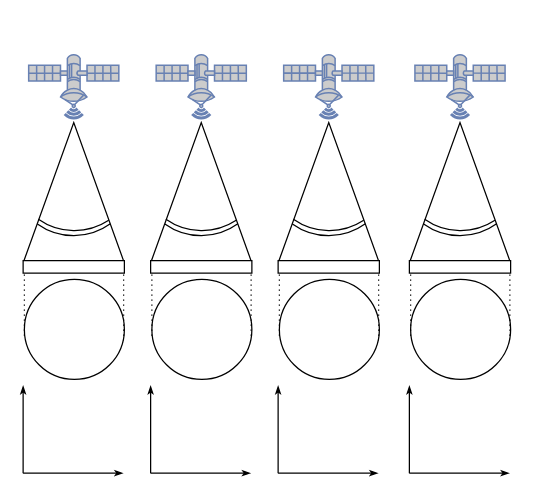
Before: 7.4.drawio in skgiter/drawIO, a draw.io diagram. Source tidied: cells renumbered, new cells numbered last; positions are measured from the earlier drawing's top-left corner, leaving out a move shared by most shapes. Both pictures are drawn from the tidied source at 125%, with x=0, y=0 at pixel (4, 35).
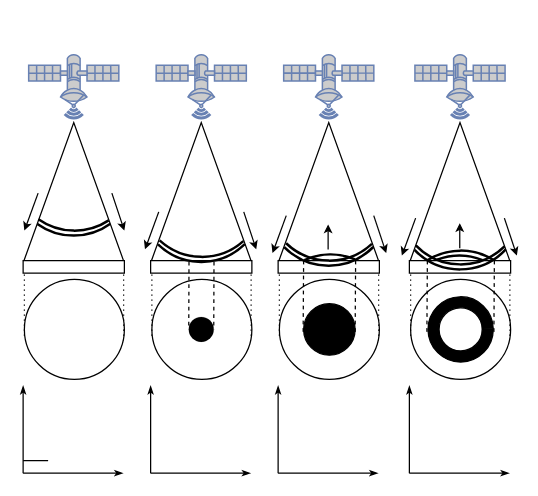
The same page after the edit.

What changed in the source:
```diff
@@
-    <mxCell id="10" style="group;" parent="1" vertex="1">
+    <mxCell id="10" style="group;strokeWidth=2;" parent="1" vertex="1">
       <mxGeometry x="5.5" y="56" width="100.5" height="104" as="geometry" />
     </mxCell>
-    <mxCell id="11" style="verticalLabelPosition=bottom;verticalAlign=top;html=1;shape=mxgraph.basic.arc;startAngle=0.40038097503927417;endAngle=0.5989014832789807;" parent="10" vertex="1">
+    <mxCell id="11" style="verticalLabelPosition=bottom;verticalAlign=top;html=1;shape=mxgraph.basic.arc;startAngle=0.40038097503927417;endAngle=0.5989014832789807;strokeWidth=2;" parent="10" vertex="1">
       <mxGeometry y="4" width="100" height="100" as="geometry" />
     </mxCell>
-    <mxCell id="12" style="verticalLabelPosition=bottom;verticalAlign=top;html=1;shape=mxgraph.basic.arc;startAngle=0.40738692403756394;endAngle=0.5975949807136545;" parent="10" vertex="1">
+    <mxCell id="12" style="verticalLabelPosition=bottom;verticalAlign=top;html=1;shape=mxgraph.basic.arc;startAngle=0.40738692403756394;endAngle=0.5975949807136545;strokeWidth=2;" parent="10" vertex="1">
       <mxGeometry x="0.5" width="100" height="100" as="geometry" />
     </mxCell>
+    <mxCell id="46" style="endArrow=classic;html=1;rounded=0;startSize=6;endSize=4;strokeWidth=1;jumpSize=4;" parent="10" edge="1">
+      <mxGeometry relative="1" as="geometry">
+        <mxPoint x="21.5" y="70" as="sourcePoint" />
+        <mxPoint x="10.5" y="100" as="targetPoint" />
+      </mxGeometry>
+    </mxCell>
+    <mxCell id="47" style="endArrow=classic;html=1;rounded=0;startSize=6;endSize=4;strokeWidth=1;jumpSize=4;" parent="10" edge="1">
+      <mxGeometry relative="1" as="geometry">
+        <mxPoint x="80.5" y="70" as="sourcePoint" />
+        <mxPoint x="90.5" y="100" as="targetPoint" />
+      </mxGeometry>
+    </mxCell>
@@
     <mxCell id="21" style="group;" parent="1" vertex="1">
-      <mxGeometry x="107.5" y="56" width="100.5" height="104" as="geometry" />
+      <mxGeometry x="107.5" y="77" width="100.5" height="104" as="geometry" />
     </mxCell>
-    <mxCell id="22" style="verticalLabelPosition=bottom;verticalAlign=top;html=1;shape=mxgraph.basic.arc;startAngle=0.40038097503927417;endAngle=0.5989014832789807;" parent="21" vertex="1">
+    <mxCell id="22" style="verticalLabelPosition=bottom;verticalAlign=top;html=1;shape=mxgraph.basic.arc;startAngle=0.3772734873935795;endAngle=0.6217523907558127;strokeWidth=2;" parent="21" vertex="1">
       <mxGeometry y="4" width="100" height="100" as="geometry" />
     </mxCell>
-    <mxCell id="23" style="verticalLabelPosition=bottom;verticalAlign=top;html=1;shape=mxgraph.basic.arc;startAngle=0.40738692403756394;endAngle=0.5975949807136545;" parent="21" vertex="1">
+    <mxCell id="23" style="verticalLabelPosition=bottom;verticalAlign=top;html=1;shape=mxgraph.basic.arc;startAngle=0.3844905227549204;endAngle=0.6182791410648434;strokeWidth=2;" parent="21" vertex="1">
       <mxGeometry x="0.5" width="100" height="100" as="geometry" />
     </mxCell>
+    <mxCell id="48" style="endArrow=classic;html=1;rounded=0;startSize=6;endSize=4;strokeWidth=1;jumpSize=4;" parent="21" edge="1">
+      <mxGeometry relative="1" as="geometry">
+        <mxPoint x="16" y="64" as="sourcePoint" />
+        <mxPoint x="5" y="94" as="targetPoint" />
+      </mxGeometry>
+    </mxCell>
+    <mxCell id="49" style="endArrow=classic;html=1;rounded=0;startSize=6;endSize=4;strokeWidth=1;jumpSize=4;" parent="21" edge="1">
+      <mxGeometry relative="1" as="geometry">
+        <mxPoint x="84" y="64" as="sourcePoint" />
+        <mxPoint x="94" y="94" as="targetPoint" />
+      </mxGeometry>
+    </mxCell>
@@
     <mxCell id="32" style="group;" parent="1" vertex="1">
-      <mxGeometry x="209.5" y="56" width="100.5" height="104" as="geometry" />
+      <mxGeometry x="209.5" y="80" width="100.5" height="194" as="geometry" />
     </mxCell>
-    <mxCell id="33" style="verticalLabelPosition=bottom;verticalAlign=top;html=1;shape=mxgraph.basic.arc;startAngle=0.40038097503927417;endAngle=0.5989014832789807;" parent="32" vertex="1">
+    <mxCell id="33" style="verticalLabelPosition=bottom;verticalAlign=top;html=1;shape=mxgraph.basic.arc;startAngle=0.37385502016277133;endAngle=0.6260826699869946;strokeWidth=2;" parent="32" vertex="1">
       <mxGeometry y="4" width="100" height="100" as="geometry" />
     </mxCell>
-    <mxCell id="34" style="verticalLabelPosition=bottom;verticalAlign=top;html=1;shape=mxgraph.basic.arc;startAngle=0.40738692403756394;endAngle=0.5975949807136545;" parent="32" vertex="1">
+    <mxCell id="34" style="verticalLabelPosition=bottom;verticalAlign=top;html=1;shape=mxgraph.basic.arc;startAngle=0.3808059976491963;endAngle=0.6216142354579686;strokeWidth=2;" parent="32" vertex="1">
       <mxGeometry x="0.5" width="100" height="100" as="geometry" />
     </mxCell>
+    <mxCell id="50" style="endArrow=classic;html=1;rounded=0;startSize=6;endSize=4;strokeWidth=1;jumpSize=4;" parent="32" edge="1">
+      <mxGeometry relative="1" as="geometry">
+        <mxPoint x="16" y="64" as="sourcePoint" />
+        <mxPoint x="5" y="94" as="targetPoint" />
+      </mxGeometry>
+    </mxCell>
+    <mxCell id="51" style="endArrow=classic;html=1;rounded=0;startSize=6;endSize=4;strokeWidth=1;jumpSize=4;" parent="32" edge="1">
+      <mxGeometry relative="1" as="geometry">
+        <mxPoint x="86" y="64" as="sourcePoint" />
+        <mxPoint x="96" y="94" as="targetPoint" />
+      </mxGeometry>
+    </mxCell>
+    <mxCell id="52" style="group;rotation=-180;" parent="32" vertex="1">
+      <mxGeometry x="0.5" y="74" width="100.5" height="104" as="geometry" />
+    </mxCell>
+    <mxCell id="53" style="verticalLabelPosition=bottom;verticalAlign=top;html=1;shape=mxgraph.basic.arc;startAngle=0.4310716750262913;endAngle=0.5640313914346473;strokeWidth=2;rotation=-180;" parent="52" vertex="1">
+      <mxGeometry x="1" y="21" width="100" height="100" as="geometry" />
+    </mxCell>
@@
     <mxCell id="43" style="group;" parent="1" vertex="1">
-      <mxGeometry x="314.5" y="56" width="100.5" height="104" as="geometry" />
+      <mxGeometry x="314.5" y="83" width="100.5" height="191" as="geometry" />
     </mxCell>
-    <mxCell id="44" style="verticalLabelPosition=bottom;verticalAlign=top;html=1;shape=mxgraph.basic.arc;startAngle=0.40038097503927417;endAngle=0.5989014832789807;" parent="43" vertex="1">
+    <mxCell id="44" style="verticalLabelPosition=bottom;verticalAlign=top;html=1;shape=mxgraph.basic.arc;startAngle=0.3691940023508037;endAngle=0.6294820525913366;strokeWidth=2;" parent="43" vertex="1">
       <mxGeometry y="4" width="100" height="100" as="geometry" />
     </mxCell>
-    <mxCell id="45" style="verticalLabelPosition=bottom;verticalAlign=top;html=1;shape=mxgraph.basic.arc;startAngle=0.40738692403756394;endAngle=0.5975949807136545;" parent="43" vertex="1">
+    <mxCell id="45" style="verticalLabelPosition=bottom;verticalAlign=top;html=1;shape=mxgraph.basic.arc;startAngle=0.3761616942819364;endAngle=0.6272734873935795;strokeWidth=2;" parent="43" vertex="1">
       <mxGeometry x="0.5" width="100" height="100" as="geometry" />
     </mxCell>
+    <mxCell id="54" style="endArrow=classic;html=1;rounded=0;startSize=6;endSize=4;strokeWidth=1;jumpSize=4;" parent="43" edge="1">
+      <mxGeometry relative="1" as="geometry">
+        <mxPoint x="49.8" y="87" as="sourcePoint" />
+        <mxPoint x="49.8" y="67" as="targetPoint" />
+      </mxGeometry>
+    </mxCell>
+    <mxCell id="55" style="group;rotation=-180;" parent="43" vertex="1">
+      <mxGeometry x="-0.5" y="89" width="100.5" height="104" as="geometry" />
+    </mxCell>
+    <mxCell id="56" style="verticalLabelPosition=bottom;verticalAlign=top;html=1;shape=mxgraph.basic.arc;startAngle=0.41190240690250607;endAngle=0.5873800648820979;strokeWidth=2;rotation=-180;" parent="55" vertex="1">
+      <mxGeometry x="1" width="100" height="100" as="geometry" />
+    </mxCell>
+    <mxCell id="57" style="verticalLabelPosition=bottom;verticalAlign=top;html=1;shape=mxgraph.basic.arc;startAngle=0.4420027308873405;endAngle=0.560264192946658;strokeWidth=2;rotation=-180;" parent="55" vertex="1">
+      <mxGeometry y="4" width="100" height="100" as="geometry" />
+    </mxCell>
+    <mxCell id="58" style="endArrow=none;dashed=1;html=1;rounded=0;startSize=6;endSize=4;strokeWidth=1;jumpSize=4;exitX=0.402;exitY=0.999;exitDx=0;exitDy=0;exitPerimeter=0;entryX=0;entryY=0.5;entryDx=0;entryDy=0;" parent="1" edge="1" source="22" target="60">
+      <mxGeometry relative="1" as="geometry" />
+    </mxCell>
+    <mxCell id="59" style="endArrow=none;dashed=1;html=1;rounded=0;startSize=6;endSize=4;strokeWidth=1;jumpSize=4;exitX=0.402;exitY=0.999;exitDx=0;exitDy=0;exitPerimeter=0;entryX=1;entryY=0.5;entryDx=0;entryDy=0;" parent="1" edge="1" target="60">
+      <mxGeometry relative="1" as="geometry">
+        <mxPoint x="167.7" y="180.9" as="sourcePoint" />
+      </mxGeometry>
+    </mxCell>
+    <mxCell id="60" style="ellipse;whiteSpace=wrap;html=1;rounded=0;shadow=0;glass=0;sketch=0;strokeWidth=0;fillColor=#000000;" parent="1" vertex="1">
+      <mxGeometry x="147.5" y="225" width="20" height="20" as="geometry" />
+    </mxCell>
+    <mxCell id="61" style="ellipse;whiteSpace=wrap;html=1;rounded=0;shadow=0;glass=0;sketch=0;strokeWidth=1;fillColor=#000000;" parent="1" vertex="1">
+      <mxGeometry x="239.4" y="214.4" width="41.2" height="41.2" as="geometry" />
+    </mxCell>
+    <mxCell id="62" style="endArrow=none;dashed=1;html=1;rounded=0;startSize=6;endSize=4;strokeWidth=1;jumpSize=4;exitX=0.402;exitY=0.999;exitDx=0;exitDy=0;exitPerimeter=0;" parent="1" edge="1">
+      <mxGeometry relative="1" as="geometry">
+        <mxPoint x="239.4" y="180" as="sourcePoint" />
+        <mxPoint x="239" y="240" as="targetPoint" />
+      </mxGeometry>
+    </mxCell>
+    <mxCell id="63" style="endArrow=none;dashed=1;html=1;rounded=0;startSize=6;endSize=4;strokeWidth=1;jumpSize=4;exitX=0.402;exitY=0.999;exitDx=0;exitDy=0;exitPerimeter=0;" parent="1" edge="1">
+      <mxGeometry relative="1" as="geometry">
+        <mxPoint x="281" y="180" as="sourcePoint" />
+        <mxPoint x="280.6" y="240" as="targetPoint" />
+      </mxGeometry>
+    </mxCell>
+    <mxCell id="64" style="endArrow=none;dashed=1;html=1;rounded=0;startSize=6;endSize=4;strokeWidth=1;jumpSize=4;exitX=0.402;exitY=0.999;exitDx=0;exitDy=0;exitPerimeter=0;" parent="1" edge="1">
+      <mxGeometry relative="1" as="geometry">
+        <mxPoint x="338.4" y="180" as="sourcePoint" />
+        <mxPoint x="338" y="240" as="targetPoint" />
+      </mxGeometry>
+    </mxCell>
+    <mxCell id="65" style="endArrow=none;dashed=1;html=1;rounded=0;startSize=6;endSize=4;strokeWidth=1;jumpSize=4;exitX=0.402;exitY=0.999;exitDx=0;exitDy=0;exitPerimeter=0;" parent="1" edge="1">
+      <mxGeometry relative="1" as="geometry">
+        <mxPoint x="392" y="180" as="sourcePoint" />
+        <mxPoint x="391.6" y="240" as="targetPoint" />
+      </mxGeometry>
+    </mxCell>
+    <mxCell id="66" style="verticalLabelPosition=bottom;verticalAlign=top;html=1;shape=mxgraph.basic.partConcEllipse;startAngle=0.25;endAngle=0.2468173254495136;arcWidth=0.34;rounded=0;shadow=0;glass=0;sketch=0;strokeWidth=1;fillColor=#000000;" parent="1" vertex="1">
+      <mxGeometry x="338.9" y="208.9" width="52.2" height="52.2" as="geometry" />
+    </mxCell>
+    <mxCell id="67" style="endArrow=classic;html=1;rounded=0;startSize=6;endSize=4;strokeWidth=1;jumpSize=4;" parent="1" edge="1">
+      <mxGeometry relative="1" as="geometry">
+        <mxPoint x="329" y="146" as="sourcePoint" />
+        <mxPoint x="318" y="176" as="targetPoint" />
+      </mxGeometry>
+    </mxCell>
+    <mxCell id="68" style="endArrow=classic;html=1;rounded=0;startSize=6;endSize=4;strokeWidth=1;jumpSize=4;" parent="1" edge="1">
+      <mxGeometry relative="1" as="geometry">
+        <mxPoint x="400" y="146" as="sourcePoint" />
+        <mxPoint x="410" y="176" as="targetPoint" />
+      </mxGeometry>
+    </mxCell>
+    <mxCell id="69" style="endArrow=classic;html=1;rounded=0;startSize=6;endSize=4;strokeWidth=1;jumpSize=4;" parent="1" edge="1">
+      <mxGeometry relative="1" as="geometry">
+        <mxPoint x="259" y="171" as="sourcePoint" />
+        <mxPoint x="259" y="151" as="targetPoint" />
+      </mxGeometry>
+    </mxCell>
+    <mxCell id="70" style="endArrow=none;html=1;rounded=0;startSize=6;endSize=4;strokeWidth=1;jumpSize=4;" parent="1" edge="1">
+      <mxGeometry relative="1" as="geometry">
+        <mxPoint x="15" y="340" as="sourcePoint" />
+        <mxPoint x="35" y="340" as="targetPoint" />
+      </mxGeometry>
+    </mxCell>
```
